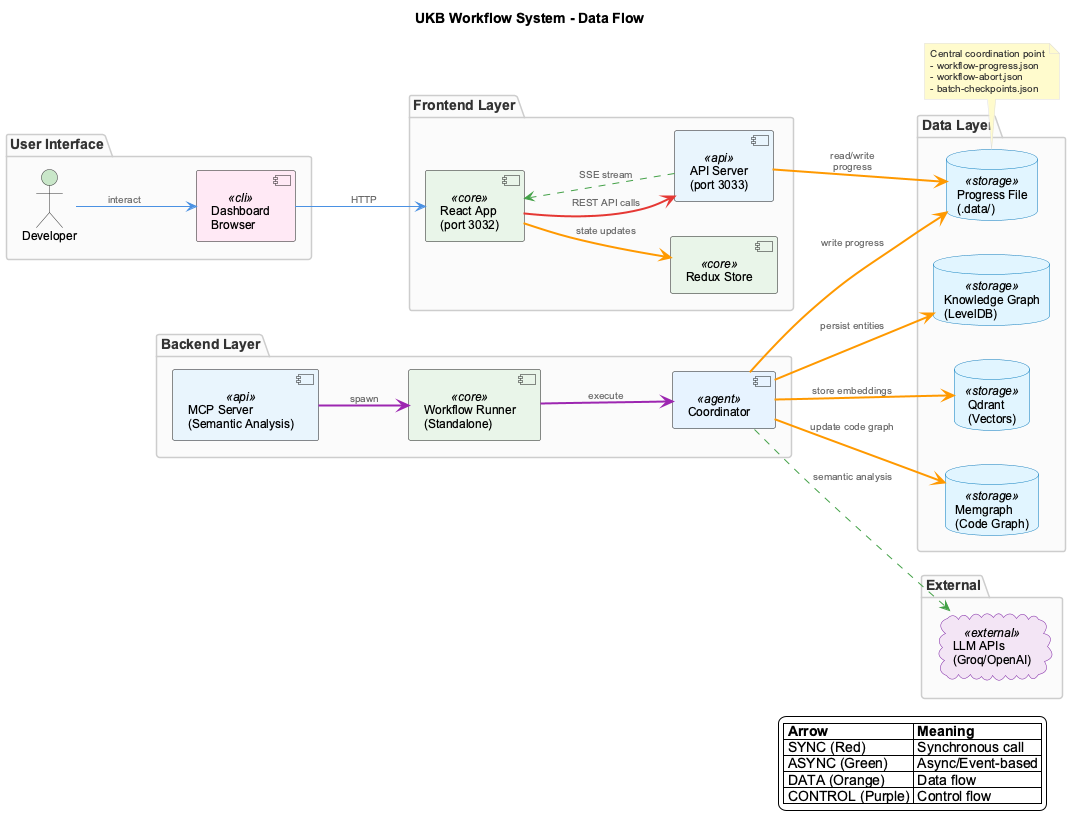
Before: docs/images/ukb-workflow-data-flow.png, a diagram exported from PlantUML (fwornle/coding).
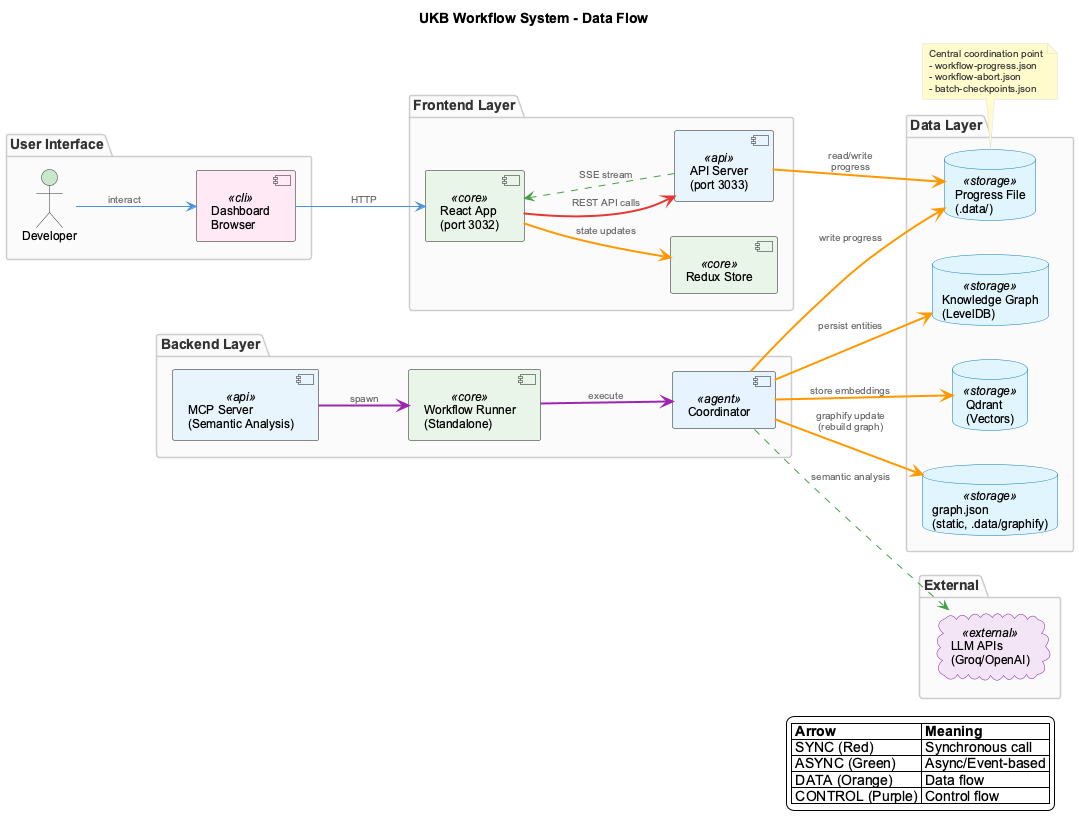
Later version of the same file.

The edit, as a diff of the source:
```diff
@@ -25,7 +25,7 @@
   database "Progress File\n(.data/)" as progress <<storage>>
   database "Knowledge Graph\n(LevelDB)" as kg <<storage>>
   database "Qdrant\n(Vectors)" as qdrant <<storage>>
-  database "Memgraph\n(Code Graph)" as memgraph <<storage>>
+  database "graph.json\n(static, .data/graphify)" as graphjson <<storage>>
 }
 
 package "External" {
@@ -47,7 +47,7 @@
 
 coord DATA_LINE kg : "persist entities"
 coord DATA_LINE qdrant : "store embeddings"
-coord DATA_LINE memgraph : "update code graph"
+coord DATA_LINE graphjson : "graphify update\n(rebuild graph)"
 
 coord ASYNC_LINE llm : "semantic analysis"
 
```
